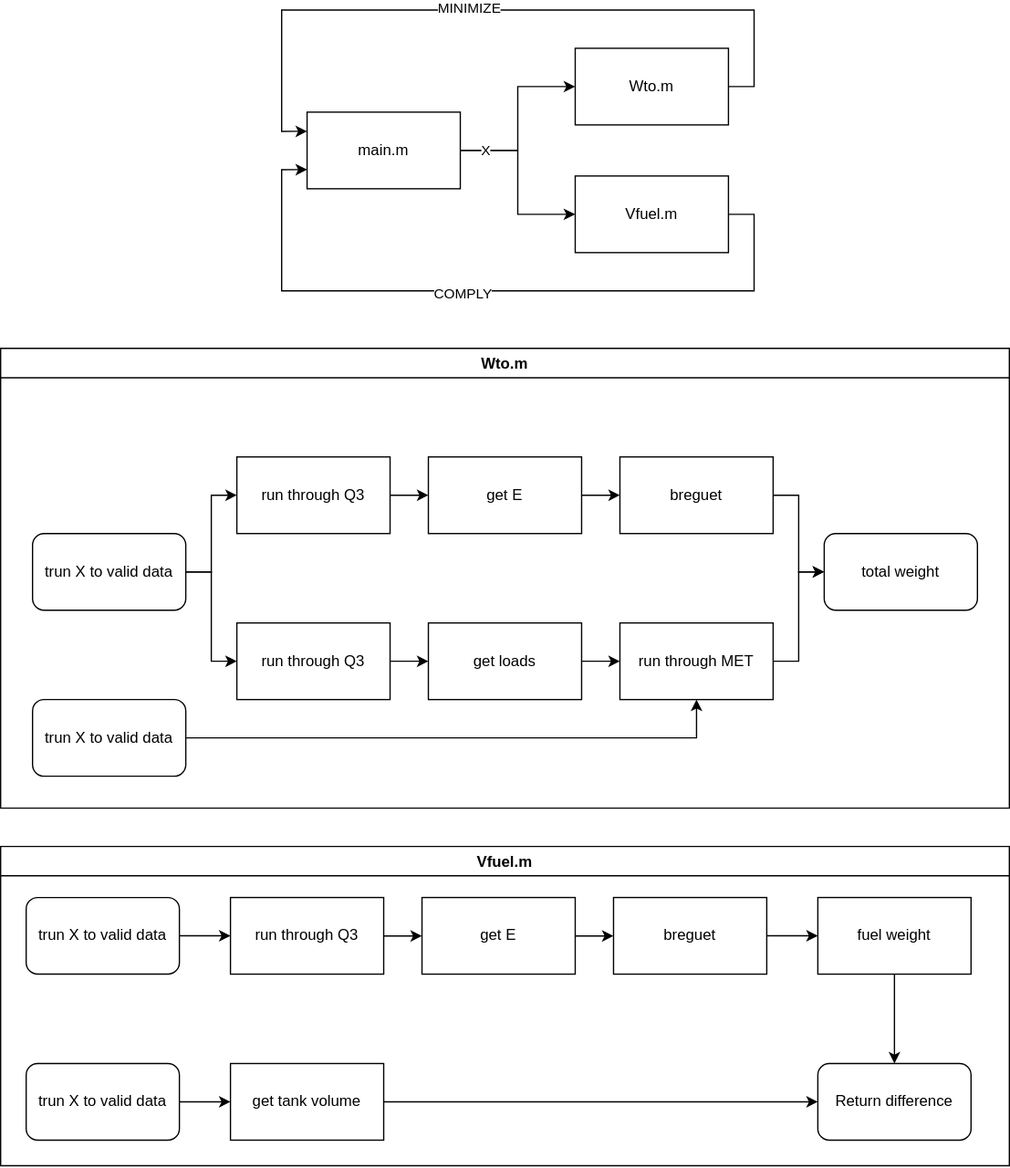
Before: Docs/MDO structure.drawio.svg, a diagram exported from draw.io (elemermelada/opti-wing). Source tidied: cells renumbered, new cells last; positions are measured from the earlier drawing's top-left corner, leaving out a move shared by most shapes.
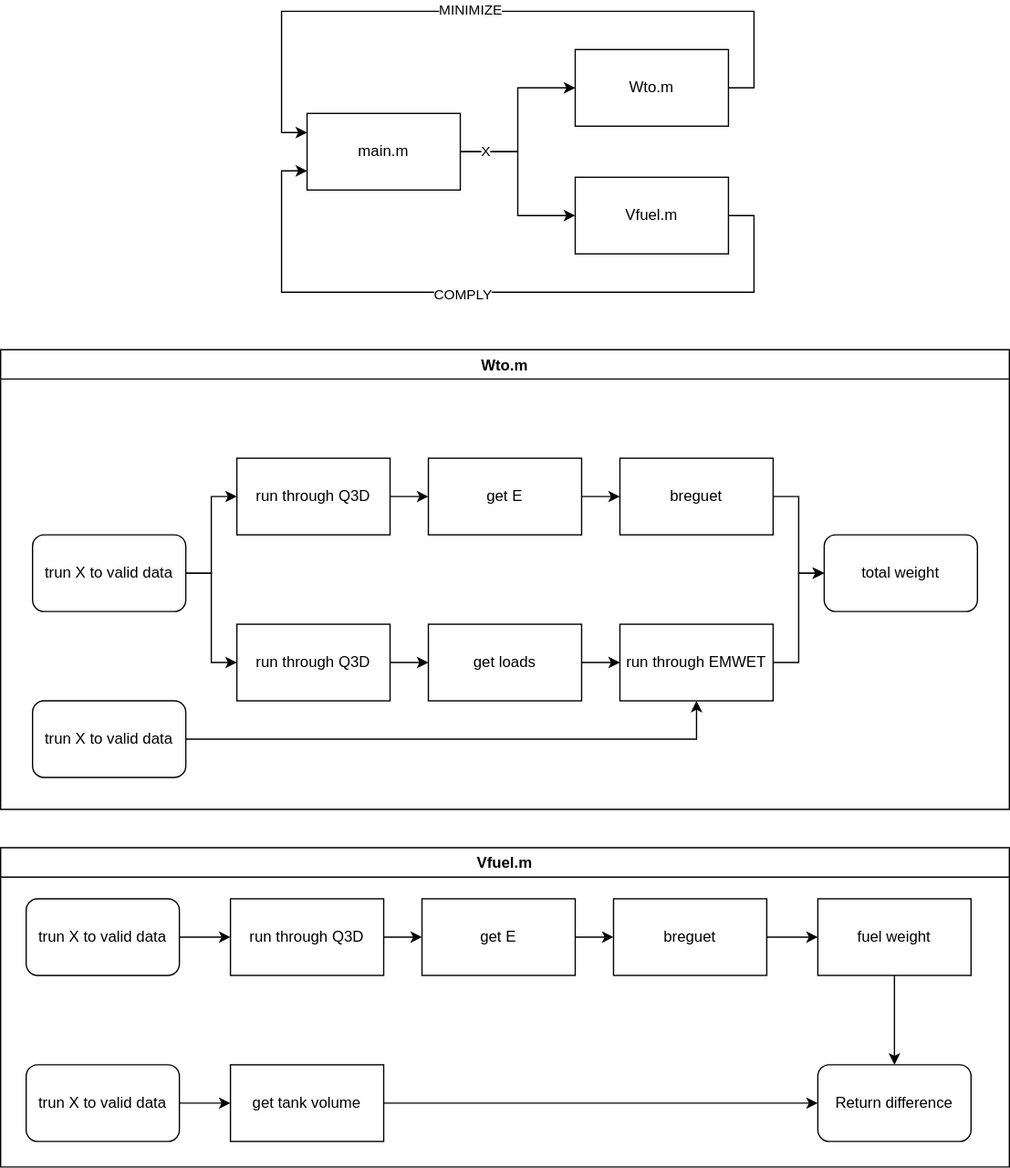
Above is the later version.

What changed in the source:
```diff
@@ -60,13 +60,13 @@
     <mxCell id="15" style="edgeStyle=orthogonalEdgeStyle;rounded=0;jettySize=auto;html=1;startArrow=none;startFill=0;endArrow=classic;endFill=1;" parent="11" edge="1" source="16" target="20">
       <mxGeometry relative="1" as="geometry" />
     </mxCell>
-    <mxCell id="16" value="run through Q3" style="rounded=0;whiteSpace=wrap;html=1;" parent="11" vertex="1">
+    <mxCell id="16" value="run through Q3D" style="rounded=0;whiteSpace=wrap;html=1;" parent="11" vertex="1">
       <mxGeometry x="185" y="85" width="120" height="60" as="geometry" />
     </mxCell>
     <mxCell id="17" style="edgeStyle=orthogonalEdgeStyle;rounded=0;jettySize=auto;html=1;startArrow=none;startFill=0;endArrow=classic;endFill=1;" parent="11" edge="1" source="18" target="22">
       <mxGeometry relative="1" as="geometry" />
     </mxCell>
-    <mxCell id="18" value="run through Q3" style="rounded=0;whiteSpace=wrap;html=1;" parent="11" vertex="1">
+    <mxCell id="18" value="run through Q3D" style="rounded=0;whiteSpace=wrap;html=1;" parent="11" vertex="1">
       <mxGeometry x="185" y="215" width="120" height="60" as="geometry" />
     </mxCell>
     <mxCell id="19" style="edgeStyle=orthogonalEdgeStyle;rounded=0;jettySize=auto;html=1;startArrow=none;startFill=0;endArrow=classic;endFill=1;" parent="11" edge="1" source="20" target="26">
@@ -84,7 +84,7 @@
     <mxCell id="23" style="edgeStyle=orthogonalEdgeStyle;rounded=0;jettySize=auto;html=1;startArrow=none;startFill=0;endArrow=classic;endFill=1;entryX=0;entryY=0.5;entryDx=0;entryDy=0;" parent="11" edge="1" source="24" target="27">
       <mxGeometry relative="1" as="geometry" />
     </mxCell>
-    <mxCell id="24" value="run through MET" style="rounded=0;whiteSpace=wrap;html=1;" parent="11" vertex="1">
+    <mxCell id="24" value="run through EMWET" style="rounded=0;whiteSpace=wrap;html=1;" parent="11" vertex="1">
       <mxGeometry x="485" y="215" width="120" height="60" as="geometry" />
     </mxCell>
     <mxCell id="25" style="edgeStyle=orthogonalEdgeStyle;rounded=0;jettySize=auto;html=1;exitX=1;exitY=0.5;exitDx=0;exitDy=0;entryX=0;entryY=0.5;entryDx=0;entryDy=0;startArrow=none;startFill=0;endArrow=classic;endFill=1;" parent="11" edge="1" source="26" target="27">
@@ -108,7 +108,7 @@
     <mxCell id="31" value="trun X to valid data" style="rounded=1;whiteSpace=wrap;html=1;" parent="30" vertex="1">
       <mxGeometry x="20" y="40" width="120" height="60" as="geometry" />
     </mxCell>
-    <mxCell id="32" value="run through Q3" style="rounded=0;whiteSpace=wrap;html=1;" parent="30" vertex="1">
+    <mxCell id="32" value="run through Q3D" style="rounded=0;whiteSpace=wrap;html=1;" parent="30" vertex="1">
       <mxGeometry x="180" y="40" width="120" height="60" as="geometry" />
     </mxCell>
     <mxCell id="33" style="edgeStyle=orthogonalEdgeStyle;rounded=0;jettySize=auto;html=1;startArrow=none;startFill=0;endArrow=classic;endFill=1;" parent="30" edge="1" source="31" target="32">
```
